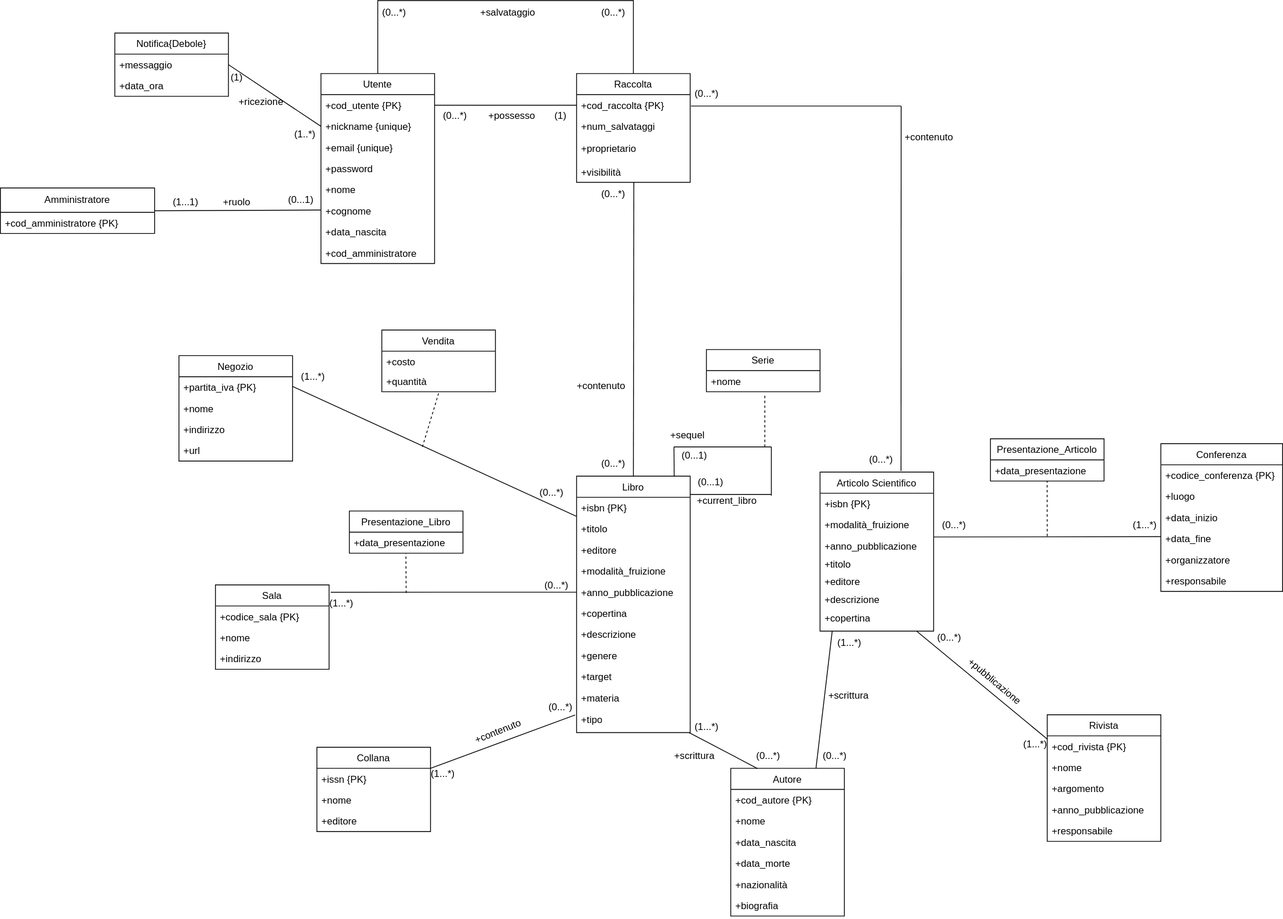
Above: progettazione_concettuale/Modello_Concettuale_Ristrutturato.drawio.svg in m3tt0/Progetto_OB_BASI (draw.io), before the change. Source tidied: cells renumbered, new cells last; positions are measured from the earlier drawing's top-left corner, leaving out a move shared by most shapes.
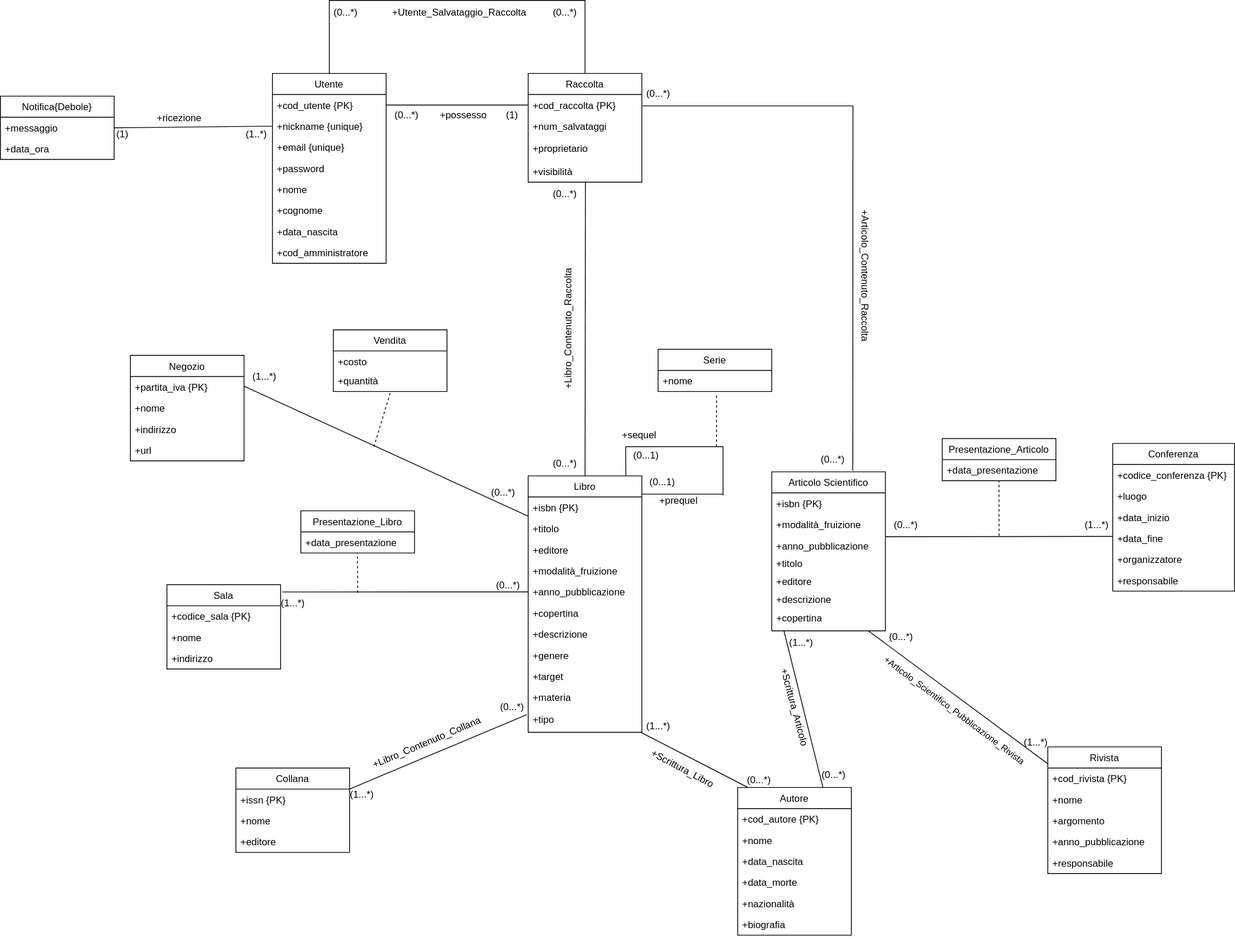
After the change.

Diff of the diagram source:
```diff
@@ -84,7 +84,7 @@
       <mxGeometry y="166" width="140" height="30" as="geometry" />
     </mxCell>
     <mxCell id="29" value="Autore" style="swimlane;fontStyle=0;horizontal=1;startSize=26;fillColor=none;" parent="1" vertex="1">
-      <mxGeometry x="900" y="946" width="140" height="182" as="geometry" />
+      <mxGeometry x="968" y="970" width="140" height="182" as="geometry" />
     </mxCell>
     <mxCell id="30" value="+cod_autore {PK}" style="text;strokeColor=none;fillColor=none;align=left;verticalAlign=top;spacingLeft=4;spacingRight=4;overflow=hidden;fontStyle=0;" parent="29" vertex="1">
       <mxGeometry y="26" width="140" height="26" as="geometry" />
@@ -104,14 +104,14 @@
     <mxCell id="35" value="+biografia" style="text;strokeColor=none;fillColor=none;align=left;verticalAlign=top;spacingLeft=4;spacingRight=4;overflow=hidden;" parent="29" vertex="1">
       <mxGeometry y="156" width="140" height="26" as="geometry" />
     </mxCell>
-    <mxCell id="36" style="endArrow=none;html=1;rounded=0;entryX=0.25;entryY=1.01;entryDx=0;entryDy=0;exitX=0.988;exitY=0.994;exitDx=0;exitDy=0;entryPerimeter=0;exitPerimeter=0;" parent="1" edge="1" source="13" target="53">
+    <mxCell id="36" style="endArrow=none;html=1;rounded=0;entryX=0.088;entryY=-0.001;entryDx=0;entryDy=0;exitX=0.988;exitY=0.994;exitDx=0;exitDy=0;entryPerimeter=0;exitPerimeter=0;" parent="1" edge="1" source="13" target="29">
       <mxGeometry relative="1" as="geometry" />
     </mxCell>
     <mxCell id="37" style="endArrow=none;html=1;rounded=0;entryX=0.75;entryY=0;entryDx=0;entryDy=0;exitX=0.08;exitY=0;exitDx=0;exitDy=0;exitPerimeter=0;" parent="1" edge="1" source="52" target="29">
       <mxGeometry relative="1" as="geometry" />
     </mxCell>
     <mxCell id="38" value="Rivista" style="swimlane;fontStyle=0;horizontal=1;startSize=26;fillColor=none;" parent="1" vertex="1">
-      <mxGeometry x="1290" y="880" width="140" height="156" as="geometry" />
+      <mxGeometry x="1350" y="920" width="140" height="156" as="geometry" />
     </mxCell>
     <mxCell id="39" value="+cod_rivista {PK}" style="text;strokeColor=none;fillColor=none;align=left;verticalAlign=top;spacingLeft=4;spacingRight=4;overflow=hidden;" parent="38" vertex="1">
       <mxGeometry y="26" width="140" height="26" as="geometry" />
@@ -131,10 +131,8 @@
     <mxCell id="44" style="endArrow=none;html=1;rounded=0;entryX=0.893;entryY=0.952;entryDx=0;entryDy=0;exitX=1;exitY=0.088;exitDx=0;exitDy=0;exitPerimeter=0;entryPerimeter=0;" parent="1" edge="1" source="24" target="47">
       <mxGeometry relative="1" as="geometry" />
     </mxCell>
-    <mxCell id="45" style="endArrow=none;html=1;rounded=0;exitX=0.85;exitY=1;exitDx=0;exitDy=0;exitPerimeter=0;" parent="1" edge="1" source="28">
-      <mxGeometry relative="1" as="geometry">
-        <mxPoint x="1290" y="910" as="targetPoint" />
-      </mxGeometry>
+    <mxCell id="45" style="endArrow=none;html=1;rounded=0;exitX=0.85;exitY=1;exitDx=0;exitDy=0;exitPerimeter=0;entryX=0.004;entryY=0.136;entryDx=0;entryDy=0;entryPerimeter=0;" parent="1" edge="1" source="28" target="38">
+      <mxGeometry relative="1" as="geometry" />
     </mxCell>
     <mxCell id="46" value="(0...*)" style="text;html=1;align=center;verticalAlign=middle;strokeColor=none;fillColor=none;" parent="1" vertex="1">
       <mxGeometry x="1150" y="632" width="50" height="30" as="geometry" />
@@ -146,11 +144,8 @@
       <mxGeometry x="1143" y="770" width="52" height="30" as="geometry" />
     </mxCell>
     <mxCell id="49" value="(1...*)" style="text;html=1;align=center;verticalAlign=middle;strokeColor=none;fillColor=none;" parent="1" vertex="1">
-      <mxGeometry x="1250" y="902" width="50" height="30" as="geometry" />
+      <mxGeometry x="1310" y="900" width="50" height="30" as="geometry" />
     </mxCell>
-    <mxCell id="50" value="+pubblicazione" style="text;html=1;align=center;verticalAlign=middle;strokeColor=none;fillColor=none;rotation=40;" parent="1" vertex="1">
-      <mxGeometry x="1170" y="824" width="110" height="30" as="geometry" />
-    </mxCell>
     <mxCell id="51" value="(1...*)" style="text;html=1;align=center;verticalAlign=middle;strokeColor=none;fillColor=none;" parent="1" vertex="1">
       <mxGeometry x="845" y="880" width="50" height="30" as="geometry" />
     </mxCell>
@@ -158,17 +153,11 @@
       <mxGeometry x="1021" y="777" width="50" height="30" as="geometry" />
     </mxCell>
     <mxCell id="53" value="(0...*)" style="text;html=1;align=center;verticalAlign=middle;points=[];strokeColor=none;fillColor=none;rotation=0;" parent="1" vertex="1">
-      <mxGeometry x="920" y="916" width="52" height="30" as="geometry" />
+      <mxGeometry x="968" y="946" width="52" height="30" as="geometry" />
     </mxCell>
     <mxCell id="54" value="(0...*)" style="text;html=1;align=center;verticalAlign=middle;strokeColor=none;fillColor=none;rotation=0;" parent="1" vertex="1">
-      <mxGeometry x="1002" y="916" width="52" height="30" as="geometry" />
+      <mxGeometry x="1060" y="940" width="52" height="30" as="geometry" />
     </mxCell>
-    <mxCell id="55" value="+scrittura" style="text;html=1;align=center;verticalAlign=middle;strokeColor=none;fillColor=none;" parent="1" vertex="1">
-      <mxGeometry x="820" y="916" width="70" height="30" as="geometry" />
-    </mxCell>
-    <mxCell id="56" value="+scrittura" style="text;html=1;align=center;verticalAlign=middle;strokeColor=none;fillColor=none;" parent="1" vertex="1">
-      <mxGeometry x="1010" y="842" width="70" height="30" as="geometry" />
-    </mxCell>
     <mxCell id="57" value="Negozio" style="swimlane;fontStyle=0;horizontal=1;startSize=26;fillColor=none;" parent="1" vertex="1">
       <mxGeometry x="220" y="437.5" width="140" height="130" as="geometry" />
     </mxCell>
@@ -214,7 +203,7 @@
       <mxGeometry relative="1" as="geometry" />
     </mxCell>
     <mxCell id="71" value="Collana" style="swimlane;fontStyle=0;horizontal=1;startSize=26;fillColor=none;" parent="1" vertex="1">
-      <mxGeometry x="390" y="920" width="140" height="104" as="geometry" />
+      <mxGeometry x="350" y="946" width="140" height="104" as="geometry" />
     </mxCell>
     <mxCell id="72" value="+issn {PK}" style="text;strokeColor=none;fillColor=none;align=left;verticalAlign=top;spacingLeft=4;spacingRight=4;overflow=hidden;fontStyle=0;" parent="71" vertex="1">
       <mxGeometry y="26" width="140" height="26" as="geometry" />
@@ -226,14 +215,11 @@
       <mxGeometry y="78" width="140" height="26" as="geometry" />
     </mxCell>
     <mxCell id="75" value="(1...*)" style="text;html=1;align=center;verticalAlign=middle;strokeColor=none;fillColor=none;" parent="1" vertex="1">
-      <mxGeometry x="520" y="938" width="50" height="30" as="geometry" />
+      <mxGeometry x="480" y="964" width="50" height="30" as="geometry" />
     </mxCell>
     <mxCell id="76" value="(0...*)" style="text;html=1;align=center;verticalAlign=middle;strokeColor=none;fillColor=none;" parent="1" vertex="1">
       <mxGeometry x="665" y="856" width="50" height="30" as="geometry" />
     </mxCell>
-    <mxCell id="77" value="+contenuto" style="text;html=1;align=center;verticalAlign=middle;strokeColor=none;fillColor=none;rotation=338;" parent="1" vertex="1">
-      <mxGeometry x="573" y="886" width="80" height="30" as="geometry" />
-    </mxCell>
     <mxCell id="78" style="endArrow=none;html=1;rounded=0;exitX=1.014;exitY=0.087;exitDx=0;exitDy=0;entryX=0;entryY=0.5;entryDx=0;entryDy=0;exitPerimeter=0;" parent="1" edge="1" source="79" target="7">
       <mxGeometry relative="1" as="geometry" />
     </mxCell>
@@ -295,8 +281,8 @@
     <mxCell id="93" value="(0...1)" style="text;html=1;align=center;verticalAlign=middle;strokeColor=none;fillColor=none;" parent="1" vertex="1">
       <mxGeometry x="850" y="579" width="50" height="30" as="geometry" />
     </mxCell>
-    <mxCell id="94" value="+current_libro" style="text;html=1;align=center;verticalAlign=middle;strokeColor=none;fillColor=none;" parent="1" vertex="1">
-      <mxGeometry x="845" y="602" width="100" height="30" as="geometry" />
+    <mxCell id="94" value="+prequel" style="text;html=1;align=center;verticalAlign=middle;strokeColor=none;fillColor=none;" parent="1" vertex="1">
+      <mxGeometry x="860" y="602" width="70" height="30" as="geometry" />
     </mxCell>
     <mxCell id="95" value="Utente" style="swimlane;fontStyle=0;horizontal=1;startSize=26;fillColor=none;" parent="1" vertex="1">
       <mxGeometry x="395" y="90" width="140" height="234" as="geometry" />
@@ -325,17 +311,11 @@
     <mxCell id="103" value="+cod_amministratore" style="text;strokeColor=none;fillColor=none;align=left;verticalAlign=top;spacingLeft=4;spacingRight=4;overflow=hidden;" parent="95" vertex="1">
       <mxGeometry y="208" width="140" height="26" as="geometry" />
     </mxCell>
-    <mxCell id="104" value="Amministratore" style="swimlane;fontStyle=0;horizontal=1;startSize=30;whiteSpace=wrap;html=1;" parent="1" vertex="1">
-      <mxGeometry y="231" width="190" height="56" as="geometry" />
-    </mxCell>
-    <mxCell id="105" value="+cod_amministratore {PK}" style="text;strokeColor=none;fillColor=none;align=left;verticalAlign=top;spacingLeft=4;spacingRight=4;overflow=hidden;" parent="104" vertex="1">
-      <mxGeometry y="30" width="190" height="26" as="geometry" />
-    </mxCell>
     <mxCell id="106" style="endArrow=none;html=1;rounded=0;entryX=0;entryY=0.5;entryDx=0;entryDy=0;exitX=1;exitY=0.5;exitDx=0;exitDy=0;" parent="1" edge="1" source="108" target="97">
       <mxGeometry relative="1" as="geometry" />
     </mxCell>
     <mxCell id="107" value="Notifica{Debole}" style="swimlane;fontStyle=0;horizontal=1;startSize=26;fillColor=none;" parent="1" vertex="1">
-      <mxGeometry x="141" y="40" width="140" height="78" as="geometry" />
+      <mxGeometry x="60" y="118" width="140" height="78" as="geometry" />
     </mxCell>
     <mxCell id="108" value="+messaggio" style="text;strokeColor=none;fillColor=none;align=left;verticalAlign=top;spacingLeft=4;spacingRight=4;overflow=hidden;points=[[0,0.5],[1,0.5]];portConstraint=eastwest;" parent="107" vertex="1">
       <mxGeometry y="26" width="140" height="26" as="geometry" />
@@ -344,17 +324,14 @@
       <mxGeometry y="52" width="140" height="26" as="geometry" />
     </mxCell>
     <mxCell id="110" value="(1)" style="text;html=1;align=center;verticalAlign=middle;strokeColor=none;fillColor=none;" parent="1" vertex="1">
-      <mxGeometry x="271" y="80" width="40" height="30" as="geometry" />
+      <mxGeometry x="190" y="150" width="40" height="30" as="geometry" />
     </mxCell>
     <mxCell id="111" value="(1..*)" style="text;html=1;align=center;verticalAlign=middle;strokeColor=none;fillColor=none;" parent="1" vertex="1">
       <mxGeometry x="350" y="150" width="50" height="30" as="geometry" />
     </mxCell>
     <mxCell id="112" value="+ricezione" style="text;html=1;align=center;verticalAlign=middle;strokeColor=none;fillColor=none;rotation=0;" parent="1" vertex="1">
-      <mxGeometry x="281" y="110" width="80" height="30" as="geometry" />
+      <mxGeometry x="240" y="130" width="80" height="30" as="geometry" />
     </mxCell>
-    <mxCell id="113" style="endArrow=none;html=1;rounded=0;exitX=1;exitY=0.5;exitDx=0;exitDy=0;entryX=-0.001;entryY=0.467;entryDx=0;entryDy=0;entryPerimeter=0;" parent="1" edge="1" source="104" target="101">
-      <mxGeometry relative="1" as="geometry" />
-    </mxCell>
     <mxCell id="114" value="Raccolta" style="swimlane;fontStyle=0;horizontal=1;startSize=26;fillColor=none;" parent="1" vertex="1">
       <mxGeometry x="710" y="90" width="140" height="134" as="geometry" />
     </mxCell>
@@ -397,27 +374,12 @@
     <mxCell id="125" value="(0...*)" style="text;html=1;align=center;verticalAlign=middle;strokeColor=none;fillColor=none;" parent="1" vertex="1">
       <mxGeometry x="730" width="50" height="30" as="geometry" />
     </mxCell>
-    <mxCell id="126" value="+salvataggio" style="text;html=1;align=center;verticalAlign=middle;strokeColor=none;fillColor=none;rotation=0;" parent="1" vertex="1">
-      <mxGeometry x="580" width="90" height="30" as="geometry" />
-    </mxCell>
     <mxCell id="127" style="endArrow=none;html=1;rounded=0;entryX=0.504;entryY=0.996;entryDx=0;entryDy=0;entryPerimeter=0;exitX=0.5;exitY=0;exitDx=0;exitDy=0;" parent="1" edge="1" source="2" target="118">
       <mxGeometry relative="1" as="geometry" />
     </mxCell>
-    <mxCell id="128" value="+contenuto" style="text;html=1;align=center;verticalAlign=middle;strokeColor=none;fillColor=none;rotation=0;" parent="1" vertex="1">
-      <mxGeometry x="700" y="460" width="80" height="30" as="geometry" />
-    </mxCell>
     <mxCell id="129" value="(0...*)" style="text;html=1;align=center;verticalAlign=middle;strokeColor=none;fillColor=none;" parent="1" vertex="1">
       <mxGeometry x="730" y="224" width="50" height="30" as="geometry" />
     </mxCell>
-    <mxCell id="130" value="(0...1)" style="text;html=1;align=center;verticalAlign=middle;strokeColor=none;fillColor=none;" parent="1" vertex="1">
-      <mxGeometry x="345" y="231" width="50" height="30" as="geometry" />
-    </mxCell>
-    <mxCell id="131" value="(1...1)" style="text;html=1;align=center;verticalAlign=middle;strokeColor=none;fillColor=none;" parent="1" vertex="1">
-      <mxGeometry x="203" y="234" width="50" height="30" as="geometry" />
-    </mxCell>
-    <mxCell id="132" value="+ruolo" style="text;html=1;align=center;verticalAlign=middle;strokeColor=none;fillColor=none;" parent="1" vertex="1">
-      <mxGeometry x="261" y="234" width="60" height="30" as="geometry" />
-    </mxCell>
     <mxCell id="133" style="endArrow=none;html=1;rounded=0;" parent="1" edge="1">
       <mxGeometry relative="1" as="geometry">
         <mxPoint x="851" y="130" as="sourcePoint" />
@@ -464,11 +426,29 @@
         <mxPoint x="1290" y="660" as="sourcePoint" />
       </mxGeometry>
     </mxCell>
-    <mxCell id="145" value="+contenuto" style="text;html=1;align=center;verticalAlign=middle;strokeColor=none;fillColor=none;rotation=0;" parent="1" vertex="1">
-      <mxGeometry x="1104" y="154" width="80" height="30" as="geometry" />
-    </mxCell>
     <mxCell id="146" value="+sequel" style="text;html=1;strokeColor=none;fillColor=none;align=center;verticalAlign=middle;whiteSpace=wrap;rounded=0;" parent="1" vertex="1">
       <mxGeometry x="817" y="521" width="60" height="30" as="geometry" />
     </mxCell>
+    <mxCell id="147" value="&lt;div&gt;+Utente_Salvataggio_Raccolta&lt;/div&gt;" style="text;html=1;align=center;verticalAlign=middle;strokeColor=none;fillColor=none;rotation=0;" parent="1" vertex="1">
+      <mxGeometry x="530" width="190" height="30" as="geometry" />
+    </mxCell>
+    <mxCell id="148" value="+Articolo_Contenuto_Raccolta" style="text;html=1;align=center;verticalAlign=middle;strokeColor=none;fillColor=none;rotation=90;" parent="1" vertex="1">
+      <mxGeometry x="1030" y="324" width="190" height="30" as="geometry" />
+    </mxCell>
+    <mxCell id="149" value="+Libro_Contenuto_Raccolta" style="text;html=1;align=center;verticalAlign=middle;strokeColor=none;fillColor=none;rotation=-90;" parent="1" vertex="1">
+      <mxGeometry x="670" y="390" width="180" height="30" as="geometry" />
+    </mxCell>
+    <mxCell id="150" value="+Libro_Contenuto_Collana" style="text;html=1;align=center;verticalAlign=middle;strokeColor=none;fillColor=none;rotation=337;" parent="1" vertex="1">
+      <mxGeometry x="500" y="900" width="170" height="30" as="geometry" />
+    </mxCell>
+    <mxCell id="151" value="+Scrittura_Libro" style="text;html=1;align=center;verticalAlign=middle;strokeColor=none;fillColor=none;rotation=28;" parent="1" vertex="1">
+      <mxGeometry x="845" y="932" width="110" height="30" as="geometry" />
+    </mxCell>
+    <mxCell id="152" value="+Scrittura_Articolo" style="text;html=1;align=center;verticalAlign=middle;strokeColor=none;fillColor=none;rotation=75;" parent="1" vertex="1">
+      <mxGeometry x="978" y="856" width="120" height="30" as="geometry" />
+    </mxCell>
+    <mxCell id="153" value="+Articolo_Scientifico_Pubblicazione_Rivista" style="text;html=1;align=center;verticalAlign=middle;strokeColor=none;fillColor=none;rotation=37;fontSize=11;" parent="1" vertex="1">
+      <mxGeometry x="1120" y="860" width="230" height="30" as="geometry" />
+    </mxCell>
   </root>
 </mxGraphModel>
```
